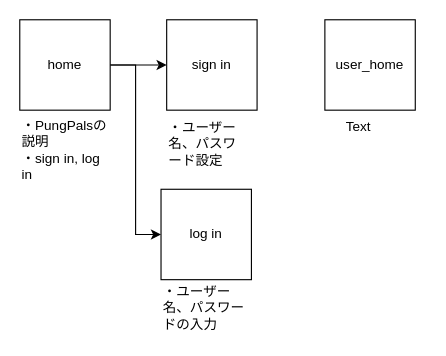
kechigon/PungPals keeps this draw.io diagram as PungPals_screen.drawio. Above is the earlier version. Source tidied: cells renumbered, new cells numbered last; positions are measured from the earlier drawing's top-left corner, leaving out a move shared by most shapes. Both pictures are drawn from the tidied source at 113%, with x=0, y=0 at pixel (19, 19).
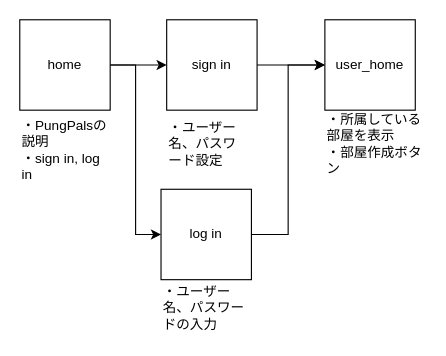
The same page after the edit.

Commit message:
PungPals_screen.drawio を更新します

The edit, as a diff of the source:
```diff
@@
 <mxGraphModel>
   <root>
     <mxCell id="0" />
     <mxCell id="1" parent="0" />
     <mxCell id="2" style="edgeStyle=orthogonalEdgeStyle;rounded=0;jettySize=auto;html=1;entryX=0;entryY=0.5;entryDx=0;entryDy=0;" parent="1" edge="1" source="4" target="6">
       <mxGeometry relative="1" as="geometry" />
     </mxCell>
     <mxCell id="3" style="edgeStyle=orthogonalEdgeStyle;rounded=0;jettySize=auto;html=1;entryX=0;entryY=0.5;entryDx=0;entryDy=0;" parent="1" edge="1" source="4" target="8">
       <mxGeometry relative="1" as="geometry" />
     </mxCell>
     <mxCell id="4" value="home" style="whiteSpace=wrap;html=1;" parent="1" vertex="1">
       <mxGeometry width="80" height="80" as="geometry" />
     </mxCell>
     <mxCell id="5" value="・PungPalsの説明&lt;br&gt;・sign in, log in" style="text;html=1;strokeColor=none;fillColor=none;align=left;verticalAlign=top;whiteSpace=wrap;rounded=0;" parent="1" vertex="1">
       <mxGeometry y="80" width="80" height="70" as="geometry" />
     </mxCell>
+    <mxCell id="12" style="edgeStyle=orthogonalEdgeStyle;rounded=0;jettySize=auto;html=1;" parent="1" edge="1" source="6" target="10">
+      <mxGeometry relative="1" as="geometry" />
+    </mxCell>
     <mxCell id="6" value="sign in" style="whiteSpace=wrap;html=1;" parent="1" vertex="1">
       <mxGeometry x="130" width="80" height="80" as="geometry" />
     </mxCell>
     <mxCell id="7" value="・ユーザー名、パスワード設定" style="text;html=1;strokeColor=none;fillColor=none;align=left;verticalAlign=middle;whiteSpace=wrap;rounded=0;" parent="1" vertex="1">
       <mxGeometry x="130" y="80" width="70" height="60" as="geometry" />
     </mxCell>
+    <mxCell id="13" style="edgeStyle=orthogonalEdgeStyle;rounded=0;jettySize=auto;html=1;entryX=0;entryY=0.5;entryDx=0;entryDy=0;" parent="1" edge="1" source="8" target="10">
+      <mxGeometry relative="1" as="geometry" />
+    </mxCell>
     <mxCell id="8" value="log in" style="whiteSpace=wrap;html=1;" parent="1" vertex="1">
       <mxGeometry x="125" y="150" width="80" height="80" as="geometry" />
     </mxCell>
     <mxCell id="9" value="・ユーザー名、パスワードの入力" style="text;html=1;strokeColor=none;fillColor=none;align=left;verticalAlign=middle;whiteSpace=wrap;rounded=0;" parent="1" vertex="1">
       <mxGeometry x="125" y="230" width="75" height="50" as="geometry" />
     </mxCell>
     <mxCell id="10" value="user_home" style="whiteSpace=wrap;html=1;" parent="1" vertex="1">
       <mxGeometry x="270" width="80" height="80" as="geometry" />
     </mxCell>
-    <mxCell id="11" value="Text" style="text;html=1;strokeColor=none;fillColor=none;align=center;verticalAlign=middle;whiteSpace=wrap;rounded=0;" parent="1" vertex="1">
-      <mxGeometry x="270" y="80" width="60" height="30" as="geometry" />
+    <mxCell id="11" value="・所属している部屋を表示&lt;br&gt;・部屋作成ボタン" style="text;html=1;strokeColor=none;fillColor=none;align=left;verticalAlign=middle;whiteSpace=wrap;rounded=0;" parent="1" vertex="1">
+      <mxGeometry x="270" y="80" width="90" height="60" as="geometry" />
     </mxCell>
   </root>
 </mxGraphModel>
```
